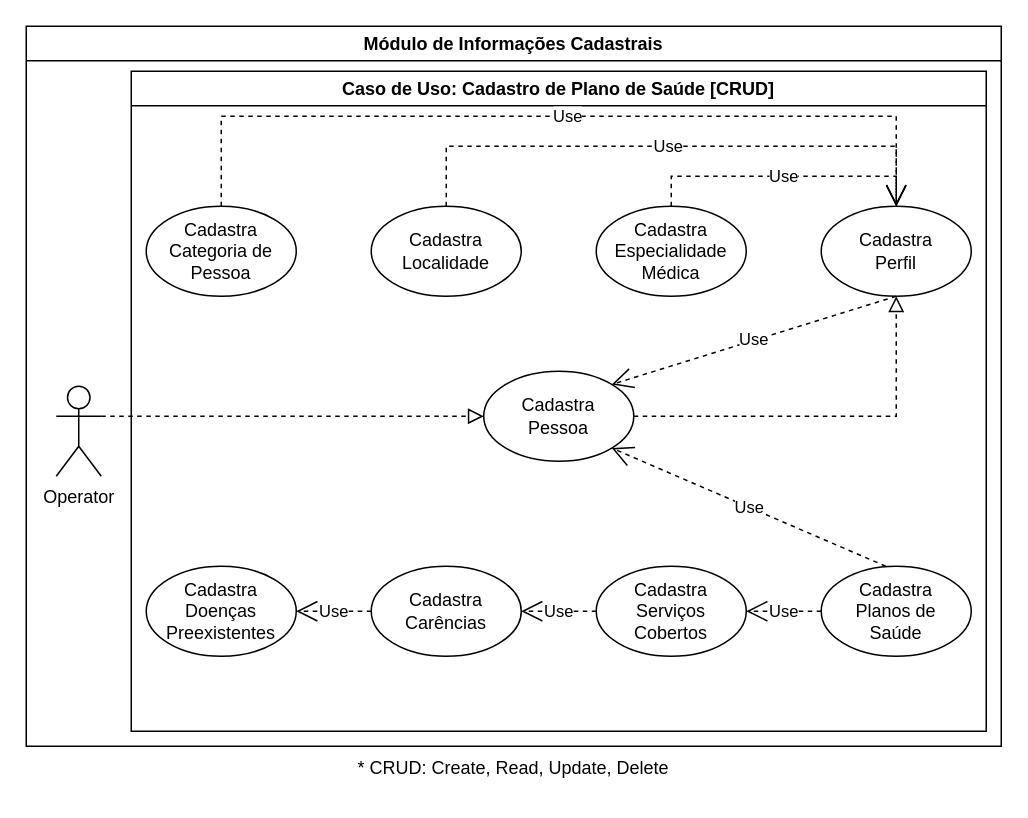
Earlier version of the draw.io diagram page "Cad-Prestador" (3 of 3) of PUC-GISA-M1.drawio (kikoluiss/tcc-puc). Source tidied: cells renumbered, new cells numbered last; positions are measured from the earlier drawing's top-left corner, leaving out a move shared by most shapes. Both pictures are drawn from the tidied source at 150%, with x=0, y=0 at pixel (26, 26).
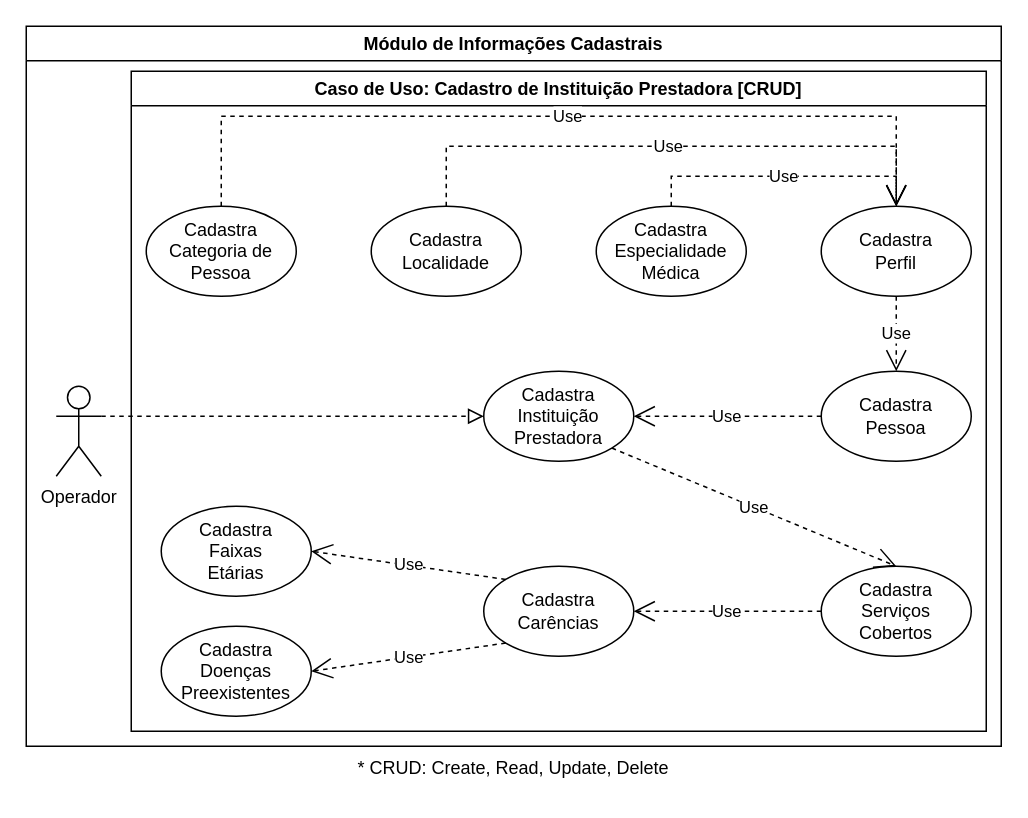
The same page after the edit.

The change refers to these unchanged cells:
```xml
<mxCell id="2" value="Módulo de Informações Cadastrais" style="swimlane;" parent="1" vertex="1">
  <mxGeometry width="650" height="480" as="geometry" />
</mxCell>
<mxCell id="7" value="Cadastra&lt;br&gt;Perfil" style="ellipse;whiteSpace=wrap;html=1;align=center;newEdgeStyle={&quot;edgeStyle&quot;:&quot;entityRelationEdgeStyle&quot;,&quot;startArrow&quot;:&quot;none&quot;,&quot;endArrow&quot;:&quot;none&quot;,&quot;segment&quot;:10,&quot;curved&quot;:1};" parent="4" vertex="1">
  <mxGeometry x="460" y="90" width="100" height="60" as="geometry" />
</mxCell>
```

Change to the diagram source:
```diff
@@
-    <mxCell id="3" value="Operator" style="shape=umlActor;verticalLabelPosition=bottom;verticalAlign=top;html=1;outlineConnect=0;" parent="2" vertex="1">
+    <mxCell id="3" value="Operador" style="shape=umlActor;verticalLabelPosition=bottom;verticalAlign=top;html=1;outlineConnect=0;" parent="2" vertex="1">
       <mxGeometry x="20" y="240" width="30" height="60" as="geometry" />
     </mxCell>
-    <mxCell id="4" value="Caso de Uso: Cadastro de Plano de Saúde [CRUD]" style="swimlane;" parent="2" vertex="1">
+    <mxCell id="4" value="Caso de Uso: Cadastro de Instituição Prestadora [CRUD]" style="swimlane;" parent="2" vertex="1">
       <mxGeometry x="70" y="30" width="570" height="440" as="geometry" />
     </mxCell>
@@
     <mxCell id="6" value="Cadastra&lt;br&gt;Pessoa" style="ellipse;whiteSpace=wrap;html=1;align=center;newEdgeStyle={&quot;edgeStyle&quot;:&quot;entityRelationEdgeStyle&quot;,&quot;startArrow&quot;:&quot;none&quot;,&quot;endArrow&quot;:&quot;none&quot;,&quot;segment&quot;:10,&quot;curved&quot;:1};" parent="4" vertex="1">
-      <mxGeometry x="235" y="200" width="100" height="60" as="geometry" />
+      <mxGeometry x="460" y="200" width="100" height="60" as="geometry" />
     </mxCell>
@@
-    <mxCell id="9" value="Cadastra&lt;br&gt;Planos de&lt;br&gt;Saúde" style="ellipse;whiteSpace=wrap;html=1;align=center;newEdgeStyle={&quot;edgeStyle&quot;:&quot;entityRelationEdgeStyle&quot;,&quot;startArrow&quot;:&quot;none&quot;,&quot;endArrow&quot;:&quot;none&quot;,&quot;segment&quot;:10,&quot;curved&quot;:1};" parent="4" vertex="1">
-      <mxGeometry x="460" y="330" width="100" height="60" as="geometry" />
-    </mxCell>
     <mxCell id="10" value="Cadastra&lt;br&gt;Serviços&lt;br&gt;Cobertos" style="ellipse;whiteSpace=wrap;html=1;align=center;newEdgeStyle={&quot;edgeStyle&quot;:&quot;entityRelationEdgeStyle&quot;,&quot;startArrow&quot;:&quot;none&quot;,&quot;endArrow&quot;:&quot;none&quot;,&quot;segment&quot;:10,&quot;curved&quot;:1};" parent="4" vertex="1">
-      <mxGeometry x="310" y="330" width="100" height="60" as="geometry" />
+      <mxGeometry x="460" y="330" width="100" height="60" as="geometry" />
     </mxCell>
     <mxCell id="11" value="Cadastra Doenças Preexistentes" style="ellipse;whiteSpace=wrap;html=1;align=center;newEdgeStyle={&quot;edgeStyle&quot;:&quot;entityRelationEdgeStyle&quot;,&quot;startArrow&quot;:&quot;none&quot;,&quot;endArrow&quot;:&quot;none&quot;,&quot;segment&quot;:10,&quot;curved&quot;:1};" parent="4" vertex="1">
-      <mxGeometry x="10" y="330" width="100" height="60" as="geometry" />
+      <mxGeometry x="20" y="370" width="100" height="60" as="geometry" />
     </mxCell>
     <mxCell id="12" value="Cadastra Carências" style="ellipse;whiteSpace=wrap;html=1;align=center;newEdgeStyle={&quot;edgeStyle&quot;:&quot;entityRelationEdgeStyle&quot;,&quot;startArrow&quot;:&quot;none&quot;,&quot;endArrow&quot;:&quot;none&quot;,&quot;segment&quot;:10,&quot;curved&quot;:1};" parent="4" vertex="1">
-      <mxGeometry x="160" y="330" width="100" height="60" as="geometry" />
+      <mxGeometry x="235" y="330" width="100" height="60" as="geometry" />
     </mxCell>
@@
-    <mxCell id="15" value="Use" style="endArrow=open;endSize=12;dashed=1;html=1;rounded=0;startArrow=none;exitX=0.5;exitY=1;exitDx=0;exitDy=0;entryX=1;entryY=0;entryDx=0;entryDy=0;" parent="4" edge="1" source="7" target="6">
+    <mxCell id="15" value="Use" style="endArrow=open;endSize=12;dashed=1;html=1;rounded=0;startArrow=none;exitX=0.5;exitY=1;exitDx=0;exitDy=0;entryX=0.5;entryY=0;entryDx=0;entryDy=0;" parent="4" edge="1" source="7" target="6">
       <mxGeometry relative="1" as="geometry" />
     </mxCell>
@@
-    <mxCell id="18" style="endArrow=block;startArrow=none;endFill=0;startFill=0;endSize=8;html=1;verticalAlign=bottom;dashed=1;labelBackgroundColor=none;rounded=0;exitX=1;exitY=0.5;exitDx=0;exitDy=0;entryX=0.5;entryY=1;entryDx=0;entryDy=0;" parent="4" edge="1" source="6" target="7">
-      <mxGeometry relative="1" as="geometry">
-        <Array as="points">
-          <mxPoint x="510" y="230" />
-        </Array>
-      </mxGeometry>
-    </mxCell>
-    <mxCell id="19" value="Use" style="endArrow=open;endSize=12;dashed=1;html=1;rounded=0;exitX=0;exitY=0.5;exitDx=0;exitDy=0;entryX=1;entryY=0.5;entryDx=0;entryDy=0;" parent="4" edge="1" source="12" target="11">
+    <mxCell id="19" value="Use" style="endArrow=open;endSize=12;dashed=1;html=1;rounded=0;exitX=0;exitY=1;exitDx=0;exitDy=0;entryX=1;entryY=0.5;entryDx=0;entryDy=0;" parent="4" edge="1" source="12" target="11">
       <mxGeometry relative="1" as="geometry" />
     </mxCell>
@@
-    <mxCell id="21" value="Use" style="endArrow=open;endSize=12;dashed=1;html=1;rounded=0;exitX=0;exitY=0.5;exitDx=0;exitDy=0;entryX=1;entryY=0.5;entryDx=0;entryDy=0;" parent="4" edge="1" source="9" target="10">
+    <mxCell id="21" value="Use" style="endArrow=open;endSize=12;dashed=1;html=1;rounded=0;exitX=1;exitY=1;exitDx=0;exitDy=0;entryX=0.5;entryY=0;entryDx=0;entryDy=0;" parent="4" edge="1" source="27" target="10">
       <mxGeometry relative="1" as="geometry" />
     </mxCell>
-    <mxCell id="22" value="Use" style="endArrow=open;endSize=12;dashed=1;html=1;rounded=0;entryX=1;entryY=1;entryDx=0;entryDy=0;startArrow=none;exitX=0.43;exitY=0;exitDx=0;exitDy=0;exitPerimeter=0;" parent="4" edge="1" source="9" target="6">
-      <mxGeometry relative="1" as="geometry" />
-    </mxCell>
+    <mxCell id="25" value="Cadastra&lt;br&gt;Faixas&lt;br&gt;Etárias" style="ellipse;whiteSpace=wrap;html=1;align=center;newEdgeStyle={&quot;edgeStyle&quot;:&quot;entityRelationEdgeStyle&quot;,&quot;startArrow&quot;:&quot;none&quot;,&quot;endArrow&quot;:&quot;none&quot;,&quot;segment&quot;:10,&quot;curved&quot;:1};" parent="4" vertex="1">
+      <mxGeometry x="20" y="290" width="100" height="60" as="geometry" />
+    </mxCell>
+    <mxCell id="26" value="Use" style="endArrow=open;endSize=12;dashed=1;html=1;rounded=0;exitX=0;exitY=0;exitDx=0;exitDy=0;entryX=1;entryY=0.5;entryDx=0;entryDy=0;" parent="4" edge="1" source="12" target="25">
+      <mxGeometry relative="1" as="geometry" />
+    </mxCell>
+    <mxCell id="27" value="Cadastra&lt;br&gt;Instituição&lt;br&gt;Prestadora" style="ellipse;whiteSpace=wrap;html=1;align=center;newEdgeStyle={&quot;edgeStyle&quot;:&quot;entityRelationEdgeStyle&quot;,&quot;startArrow&quot;:&quot;none&quot;,&quot;endArrow&quot;:&quot;none&quot;,&quot;segment&quot;:10,&quot;curved&quot;:1};" parent="4" vertex="1">
+      <mxGeometry x="235" y="200" width="100" height="60" as="geometry" />
+    </mxCell>
+    <mxCell id="28" value="Use" style="endArrow=open;endSize=12;dashed=1;html=1;rounded=0;exitX=0;exitY=0.5;exitDx=0;exitDy=0;entryX=1;entryY=0.5;entryDx=0;entryDy=0;" parent="4" edge="1" source="6" target="27">
+      <mxGeometry relative="1" as="geometry" />
+    </mxCell>
-    <mxCell id="23" style="endArrow=block;startArrow=none;endFill=0;startFill=0;endSize=8;html=1;verticalAlign=bottom;dashed=1;labelBackgroundColor=none;rounded=0;entryX=0;entryY=0.5;entryDx=0;entryDy=0;exitX=1;exitY=0.3333333333333333;exitDx=0;exitDy=0;exitPerimeter=0;" parent="2" edge="1" source="3" target="6">
+    <mxCell id="23" style="endArrow=block;startArrow=none;endFill=0;startFill=0;endSize=8;html=1;verticalAlign=bottom;dashed=1;labelBackgroundColor=none;rounded=0;entryX=0;entryY=0.5;entryDx=0;entryDy=0;exitX=1;exitY=0.3333333333333333;exitDx=0;exitDy=0;exitPerimeter=0;" parent="2" edge="1" source="3" target="27">
       <mxGeometry relative="1" as="geometry" />
     </mxCell>
```
